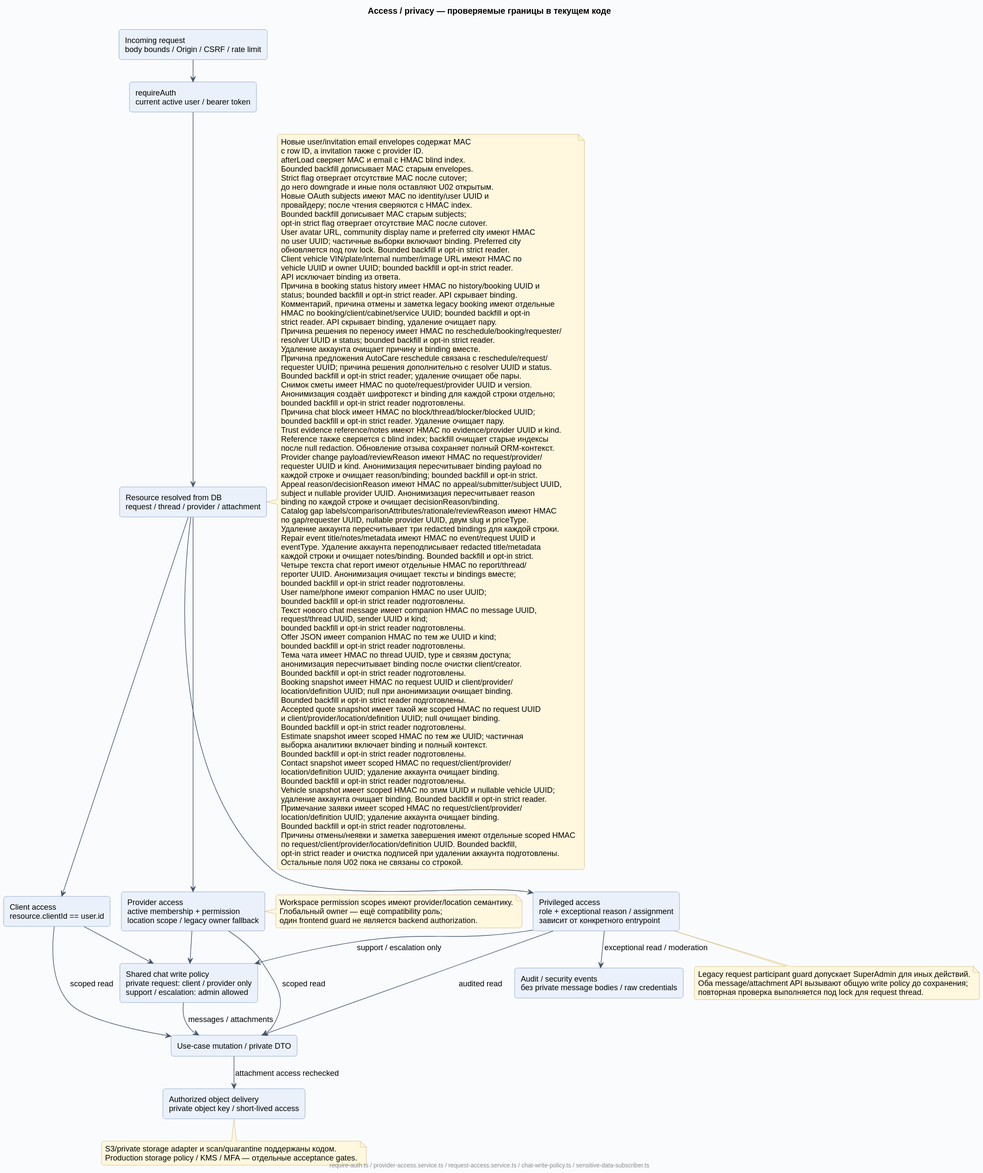
This is docs/diagrams/rendered/09-access-privacy.svg from Dima163163/auto-care-hub, a PlantUML export, as it was before one commit.
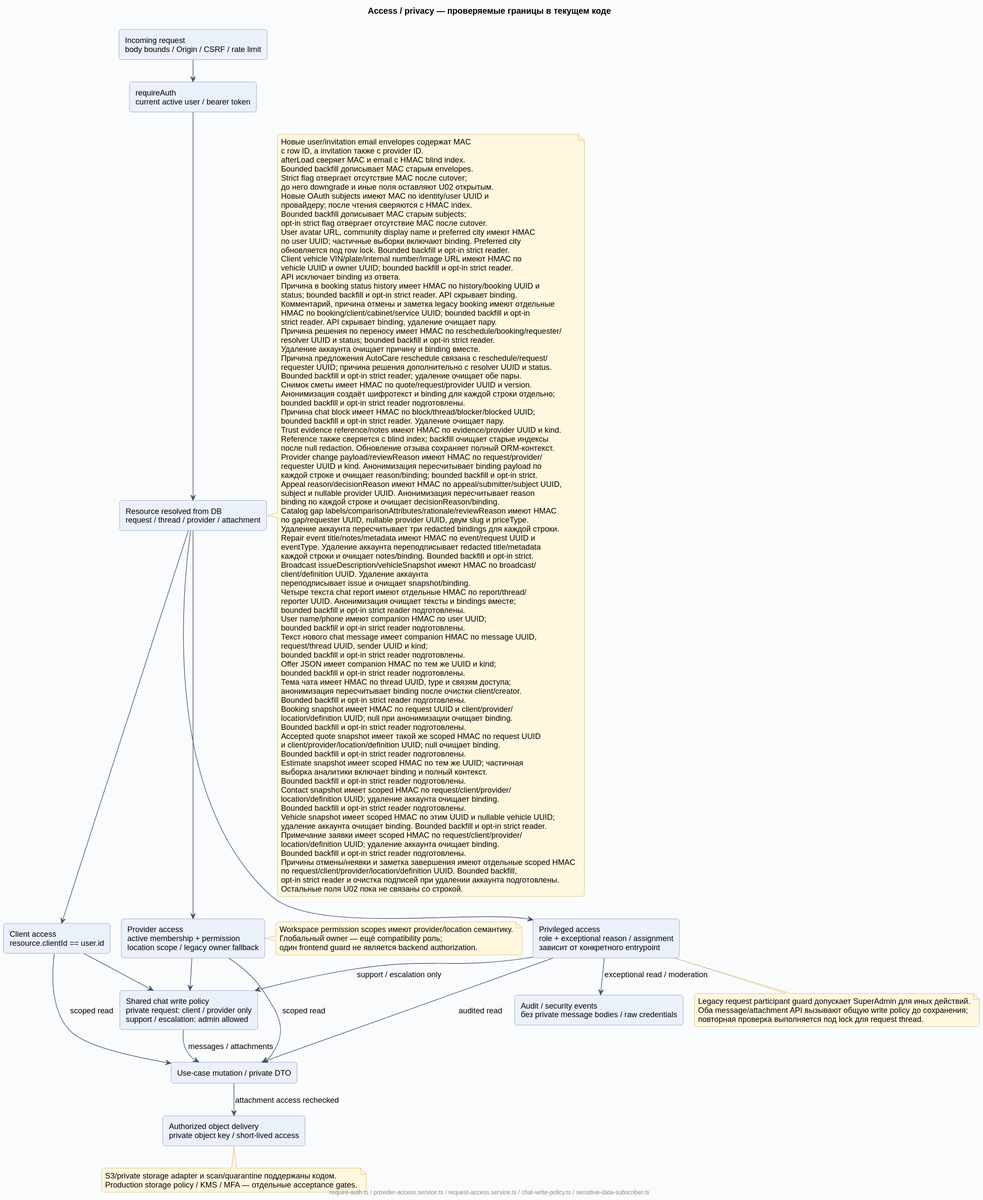
Above is the later version.

What changed in the source:
```diff
@@ -79,6 +79,9 @@
   Repair event title/notes/metadata имеют HMAC по event/request UUID и
   eventType. Удаление аккаунта переподписывает redacted title/metadata
   каждой строки и очищает notes/binding. Bounded backfill и opt-in strict.
+  Broadcast issueDescription/vehicleSnapshot имеют HMAC по broadcast/
+  client/definition UUID. Удаление аккаунта
+  переподписывает issue и очищает snapshot/binding.
   Четыре текста chat report имеют отдельные HMAC по report/thread/
   reporter UUID. Анонимизация очищает тексты и bindings вместе;
   bounded backfill и opt-in strict reader подготовлены.
```
